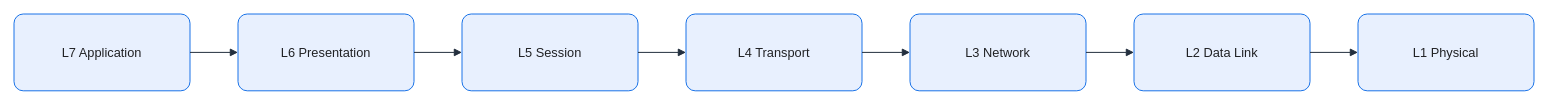
KKamJi98/kkamji98.github.io keeps this draw.io diagram as assets/img/network/osi-seven-layer-stack.drawio. Above is the earlier version. Source tidied: cells renumbered, new cells numbered last; positions are measured from the earlier drawing's top-left corner, leaving out a move shared by most shapes. Both pictures are drawn from the tidied source at 80%, with x=0, y=0 at pixel (14, 14).
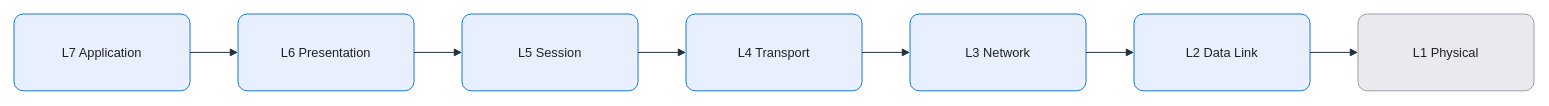
After the change.

Diff of the diagram source:
```diff
@@
 <mxGraphModel background="#FFFFFF">
   <root>
     <mxCell id="0" />
     <mxCell id="1" parent="0" />
     <mxCell id="2" value="L7 Application" style="rounded=1;arcSize=12;whiteSpace=wrap;html=0;fillColor=#E8F0FE;strokeColor=#1A73E8;strokeWidth=1.25;fontColor=#202124;fontSize=16;align=center;verticalAlign=middle;spacing=8;shadow=0;" parent="1" vertex="1">
       <mxGeometry width="220" height="96" as="geometry" />
     </mxCell>
     <mxCell id="3" value="L6 Presentation" style="rounded=1;arcSize=12;whiteSpace=wrap;html=0;fillColor=#E8F0FE;strokeColor=#1A73E8;strokeWidth=1.25;fontColor=#202124;fontSize=16;align=center;verticalAlign=middle;spacing=8;shadow=0;" parent="1" vertex="1">
       <mxGeometry x="280" width="220" height="96" as="geometry" />
     </mxCell>
     <mxCell id="4" value="L5 Session" style="rounded=1;arcSize=12;whiteSpace=wrap;html=0;fillColor=#E8F0FE;strokeColor=#1A73E8;strokeWidth=1.25;fontColor=#202124;fontSize=16;align=center;verticalAlign=middle;spacing=8;shadow=0;" parent="1" vertex="1">
       <mxGeometry x="560" width="220" height="96" as="geometry" />
     </mxCell>
     <mxCell id="5" value="L4 Transport" style="rounded=1;arcSize=12;whiteSpace=wrap;html=0;fillColor=#E8F0FE;strokeColor=#1A73E8;strokeWidth=1.25;fontColor=#202124;fontSize=16;align=center;verticalAlign=middle;spacing=8;shadow=0;" parent="1" vertex="1">
       <mxGeometry x="840" width="220" height="96" as="geometry" />
     </mxCell>
     <mxCell id="6" value="L3 Network" style="rounded=1;arcSize=12;whiteSpace=wrap;html=0;fillColor=#E8F0FE;strokeColor=#1A73E8;strokeWidth=1.25;fontColor=#202124;fontSize=16;align=center;verticalAlign=middle;spacing=8;shadow=0;" parent="1" vertex="1">
       <mxGeometry x="1120" width="220" height="96" as="geometry" />
     </mxCell>
     <mxCell id="7" value="L2 Data Link" style="rounded=1;arcSize=12;whiteSpace=wrap;html=0;fillColor=#E8F0FE;strokeColor=#1A73E8;strokeWidth=1.25;fontColor=#202124;fontSize=16;align=center;verticalAlign=middle;spacing=8;shadow=0;" parent="1" vertex="1">
       <mxGeometry x="1400" width="220" height="96" as="geometry" />
     </mxCell>
-    <mxCell id="8" value="L1 Physical" style="rounded=1;arcSize=12;whiteSpace=wrap;html=0;fillColor=#E8F0FE;strokeColor=#1A73E8;strokeWidth=1.25;fontColor=#202124;fontSize=16;align=center;verticalAlign=middle;spacing=8;shadow=0;" parent="1" vertex="1">
+    <mxCell id="8" value="L1 Physical" style="rounded=1;arcSize=12;whiteSpace=wrap;html=0;fillColor=#E8EAED;strokeColor=#9AA0A6;strokeWidth=1.25;fontColor=#202124;fontSize=16;align=center;verticalAlign=middle;spacing=8;shadow=0;" parent="1" vertex="1">
       <mxGeometry x="1680" width="220" height="96" as="geometry" />
     </mxCell>
     <mxCell id="9" style="edgeStyle=orthogonalEdgeStyle;rounded=0;jettySize=auto;html=0;endArrow=block;endFill=1;strokeColor=#232F3E;strokeWidth=1.25;fontColor=#202124;labelBackgroundColor=none;exitX=1;exitY=0.5;exitDx=0;exitDy=0;entryX=0;entryY=0.5;entryDx=0;entryDy=0;endSize=7;" parent="1" edge="1" source="2" target="3">
       <mxGeometry relative="1" as="geometry" />
     </mxCell>
     <mxCell id="10" style="edgeStyle=orthogonalEdgeStyle;rounded=0;jettySize=auto;html=0;endArrow=block;endFill=1;strokeColor=#232F3E;strokeWidth=1.25;fontColor=#202124;labelBackgroundColor=none;exitX=1;exitY=0.5;exitDx=0;exitDy=0;entryX=0;entryY=0.5;entryDx=0;entryDy=0;endSize=7;" parent="1" edge="1" source="3" target="4">
       <mxGeometry relative="1" as="geometry" />
     </mxCell>
     <mxCell id="11" style="edgeStyle=orthogonalEdgeStyle;rounded=0;jettySize=auto;html=0;endArrow=block;endFill=1;strokeColor=#232F3E;strokeWidth=1.25;fontColor=#202124;labelBackgroundColor=none;exitX=1;exitY=0.5;exitDx=0;exitDy=0;entryX=0;entryY=0.5;entryDx=0;entryDy=0;endSize=7;" parent="1" edge="1" source="4" target="5">
       <mxGeometry relative="1" as="geometry" />
     </mxCell>
     <mxCell id="12" style="edgeStyle=orthogonalEdgeStyle;rounded=0;jettySize=auto;html=0;endArrow=block;endFill=1;strokeColor=#232F3E;strokeWidth=1.25;fontColor=#202124;labelBackgroundColor=none;exitX=1;exitY=0.5;exitDx=0;exitDy=0;entryX=0;entryY=0.5;entryDx=0;entryDy=0;endSize=7;" parent="1" edge="1" source="5" target="6">
       <mxGeometry relative="1" as="geometry" />
     </mxCell>
     <mxCell id="13" style="edgeStyle=orthogonalEdgeStyle;rounded=0;jettySize=auto;html=0;endArrow=block;endFill=1;strokeColor=#232F3E;strokeWidth=1.25;fontColor=#202124;labelBackgroundColor=none;exitX=1;exitY=0.5;exitDx=0;exitDy=0;entryX=0;entryY=0.5;entryDx=0;entryDy=0;endSize=7;" parent="1" edge="1" source="6" target="7">
       <mxGeometry relative="1" as="geometry" />
     </mxCell>
     <mxCell id="14" style="edgeStyle=orthogonalEdgeStyle;rounded=0;jettySize=auto;html=0;endArrow=block;endFill=1;strokeColor=#232F3E;strokeWidth=1.25;fontColor=#202124;labelBackgroundColor=none;exitX=1;exitY=0.5;exitDx=0;exitDy=0;entryX=0;entryY=0.5;entryDx=0;entryDy=0;endSize=7;" parent="1" edge="1" source="7" target="8">
       <mxGeometry relative="1" as="geometry" />
     </mxCell>
   </root>
 </mxGraphModel>
```
